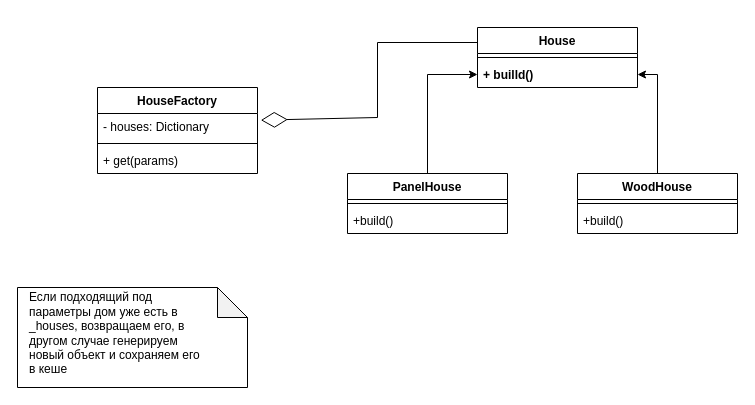
This is img/flyweight.drawio from ElenaShargina/patterns, a draw.io file, before an edit. Source tidied: cells renumbered, new cells numbered last; positions are measured from the earlier drawing's top-left corner, leaving out a move shared by most shapes. Both pictures are drawn from the tidied source at 100%, with x=0, y=0 at pixel (17, 27).
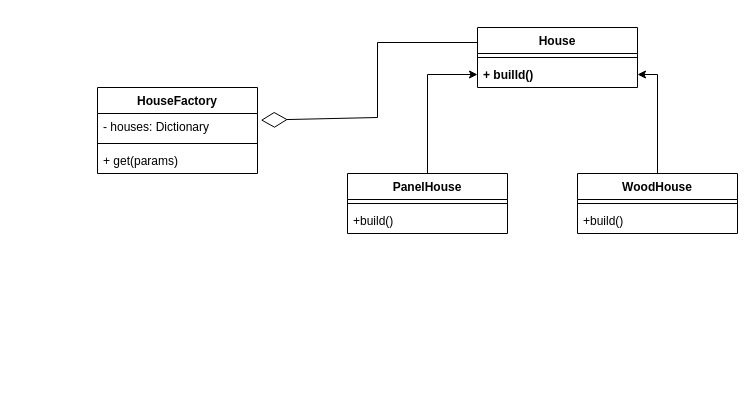
After the change.

Change to the diagram source:
```diff
@@
-    <mxCell id="18" style="group;" parent="1" vertex="1">
-      <mxGeometry y="260" width="230" height="100" as="geometry" />
-    </mxCell>
-    <mxCell id="19" style="shape=note;whiteSpace=wrap;html=1;backgroundOutline=1;darkOpacity=0.05;" parent="18" vertex="1">
-      <mxGeometry width="230" height="100" as="geometry" />
-    </mxCell>
-    <mxCell id="20" value="Если подходящий под параметры дом уже есть в _houses, возвращаем его, в другом случае генерируем новый объект и сохраняем его в кеше" style="text;html=1;strokeColor=none;fillColor=none;align=left;verticalAlign=middle;whiteSpace=wrap;rounded=0;" parent="18" vertex="1">
-      <mxGeometry x="10" y="10" width="180" height="72" as="geometry" />
-    </mxCell>
```
